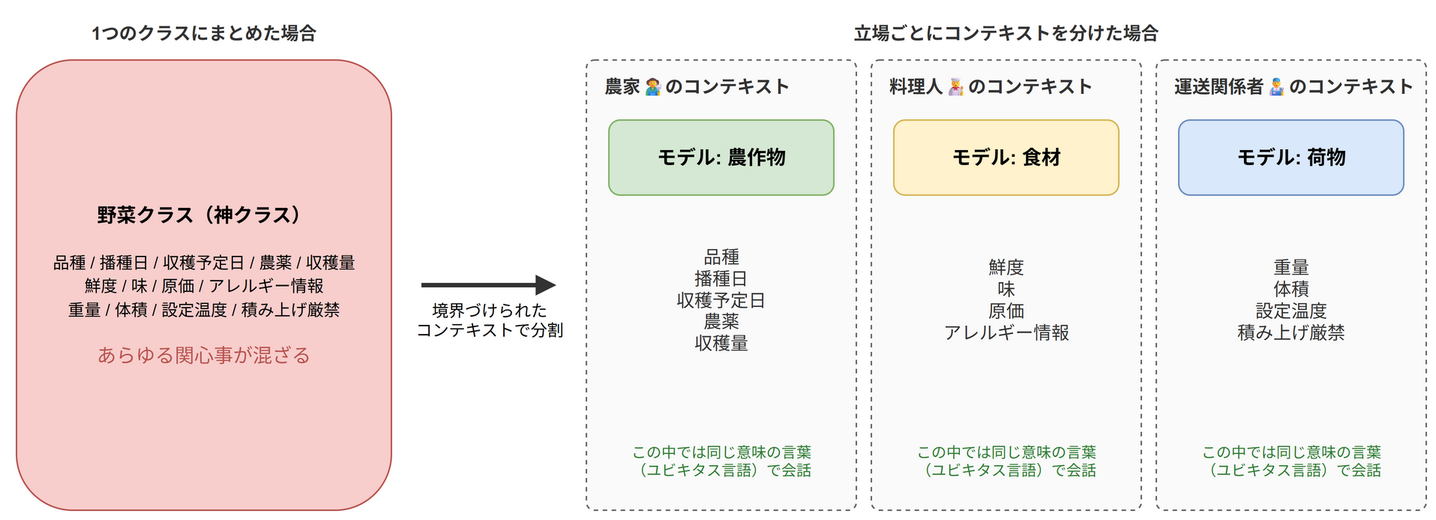
Earlier version of the draw.io export images/articles/domain-driven-design-tutorial/bounded-context.drawio.png (aew2sbee/zenn). Source tidied: cells renumbered, new cells last; positions are measured from the earlier drawing's top-left corner, leaving out a move shared by most shapes.
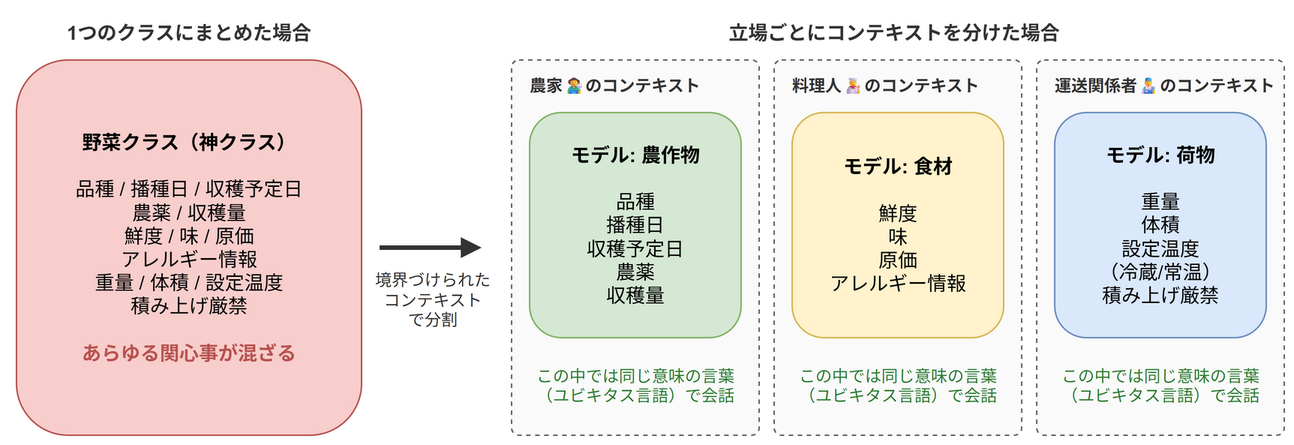
Later version of the same file.

Commit message:
docs: ドメイン駆動設計の記事の図をレビュー指摘に合わせて修正

What changed in the source:
```diff
@@ -2,56 +2,50 @@
   <root>
     <mxCell id="0" />
     <mxCell id="1" parent="0" />
-    <mxCell id="2" value="1つのクラスにまとめた場合" style="text;html=1;whiteSpace=wrap;align=center;verticalAlign=middle;fontSize=12;fontColor=#333333;fontStyle=1;" parent="1" vertex="1">
-      <mxGeometry width="250" height="24" as="geometry" />
+    <mxCell id="2" value="1つのクラスにまとめた場合" style="text;html=1;whiteSpace=wrap;align=center;verticalAlign=middle;fontSize=13;fontColor=#333333;fontStyle=1;" parent="1" vertex="1">
+      <mxGeometry width="230" height="24" as="geometry" />
     </mxCell>
-    <mxCell id="3" value="&lt;b&gt;野菜クラス（神クラス）&lt;/b&gt;&lt;br&gt;&lt;br&gt;&lt;font style=&quot;font-size:11px&quot;&gt;品種 / 播種日 / 収穫予定日 / 農薬 / 収穫量&lt;br&gt;鮮度 / 味 / 原価 / アレルギー情報&lt;br&gt;重量 / 体積 / 設定温度 / 積み上げ厳禁&lt;/font&gt;&lt;br&gt;&lt;br&gt;&lt;font color=&quot;#b85450&quot;&gt;あらゆる関心事が混ざる&lt;/font&gt;" style="rounded=1;whiteSpace=wrap;html=1;fontSize=13;fillColor=#f8cecc;strokeColor=#b85450;" parent="1" vertex="1">
-      <mxGeometry y="30" width="250" height="300" as="geometry" />
+    <mxCell id="3" value="&lt;b&gt;野菜クラス（神クラス）&lt;/b&gt;&lt;br&gt;&lt;br&gt;品種 / 播種日 / 収穫予定日&lt;br&gt;農薬 / 収穫量&lt;br&gt;鮮度 / 味 / 原価&lt;br&gt;アレルギー情報&lt;br&gt;重量 / 体積 / 設定温度&lt;br&gt;積み上げ厳禁&lt;br&gt;&lt;br&gt;&lt;font color=&quot;#b85450&quot;&gt;&lt;b&gt;あらゆる関心事が混ざる&lt;/b&gt;&lt;/font&gt;" style="rounded=1;whiteSpace=wrap;html=1;fontSize=13;fillColor=#f8cecc;strokeColor=#b85450;" parent="1" vertex="1">
+      <mxGeometry y="30" width="230" height="250" as="geometry" />
     </mxCell>
-    <mxCell id="4" value="境界づけられた&lt;br&gt;コンテキストで分割" style="html=1;endArrow=block;endFill=1;strokeColor=#333333;strokeWidth=3;fontSize=11;labelBackgroundColor=none;verticalAlign=top;verticalAlign=top;spacingTop=4;" parent="1" edge="1">
+    <mxCell id="4" style="html=1;endArrow=block;endFill=1;strokeColor=#333333;strokeWidth=3;fontSize=12;labelBackgroundColor=none;verticalAlign=bottom;" parent="1" edge="1">
       <mxGeometry relative="1" as="geometry">
-        <mxPoint x="270" y="180" as="sourcePoint" />
-        <mxPoint x="360" y="180" as="targetPoint" />
+        <mxPoint x="242" y="155" as="sourcePoint" />
+        <mxPoint x="310" y="155" as="targetPoint" />
       </mxGeometry>
     </mxCell>
-    <mxCell id="5" value="立場ごとにコンテキストを分けた場合" style="text;html=1;whiteSpace=wrap;align=center;verticalAlign=middle;fontSize=12;fontColor=#333333;fontStyle=1;" parent="1" vertex="1">
-      <mxGeometry x="380" width="560" height="24" as="geometry" />
+    <mxCell id="5" value="境界づけられた&lt;br&gt;コンテキスト&lt;br&gt;で分割" style="text;html=1;whiteSpace=wrap;align=center;verticalAlign=middle;fontSize=11;fontColor=#333333;" parent="1" vertex="1">
+      <mxGeometry x="230" y="165" width="95" height="50" as="geometry" />
     </mxCell>
-    <mxCell id="6" value="農家🧑‍🌾のコンテキスト" style="rounded=1;whiteSpace=wrap;html=1;dashed=1;fillColor=#fafafa;strokeColor=#666666;verticalAlign=top;align=left;spacingLeft=10;spacingTop=4;spacingBottom=4;fontStyle=1;fontSize=12;fontColor=#333333;arcSize=3;" parent="1" vertex="1">
-      <mxGeometry x="380" y="30" width="180" height="300" as="geometry" />
+    <mxCell id="6" value="立場ごとにコンテキストを分けた場合" style="text;html=1;whiteSpace=wrap;align=center;verticalAlign=middle;fontSize=13;fontColor=#333333;fontStyle=1;" parent="1" vertex="1">
+      <mxGeometry x="330" width="510" height="24" as="geometry" />
     </mxCell>
-    <mxCell id="7" value="モデル: 農作物" style="rounded=1;whiteSpace=wrap;html=1;fontSize=13;fillColor=#d5e8d4;strokeColor=#82b366;fontStyle=1;" parent="1" vertex="1">
-      <mxGeometry x="395" y="70" width="150" height="50" as="geometry" />
+    <mxCell id="7" value="農家🧑‍🌾のコンテキスト" style="rounded=1;whiteSpace=wrap;html=1;dashed=1;fillColor=#fafafa;strokeColor=#666666;verticalAlign=top;align=left;spacingLeft=10;spacingTop=4;spacingBottom=4;fontStyle=1;fontSize=11;fontColor=#333333;arcSize=3;" parent="1" vertex="1">
+      <mxGeometry x="330" y="30" width="165" height="250" as="geometry" />
     </mxCell>
-    <mxCell id="8" value="品種&lt;br&gt;播種日&lt;br&gt;収穫予定日&lt;br&gt;農薬&lt;br&gt;収穫量" style="text;html=1;whiteSpace=wrap;align=center;verticalAlign=middle;fontSize=12;fontColor=#333333;" parent="1" vertex="1">
-      <mxGeometry x="395" y="130" width="150" height="120" as="geometry" />
+    <mxCell id="8" value="&lt;b&gt;モデル: 農作物&lt;/b&gt;&lt;br&gt;&lt;br&gt;品種&lt;br&gt;播種日&lt;br&gt;収穫予定日&lt;br&gt;農薬&lt;br&gt;収穫量" style="rounded=1;whiteSpace=wrap;html=1;fontSize=13;fillColor=#d5e8d4;strokeColor=#82b366;" parent="1" vertex="1">
+      <mxGeometry x="342" y="65" width="141" height="150" as="geometry" />
     </mxCell>
-    <mxCell id="9" value="この中では同じ意味の言葉&lt;br&gt;（ユビキタス言語）で会話" style="text;html=1;whiteSpace=wrap;align=center;verticalAlign=middle;fontSize=10;fontColor=#2e7d32;" parent="1" vertex="1">
-      <mxGeometry x="385" y="275" width="170" height="44" as="geometry" />
+    <mxCell id="9" value="この中では同じ意味の言葉&lt;br&gt;（ユビキタス言語）で会話" style="text;html=1;whiteSpace=wrap;align=center;verticalAlign=middle;fontSize=11;fontColor=#2e7d32;" parent="1" vertex="1">
+      <mxGeometry x="334" y="222" width="157" height="50" as="geometry" />
     </mxCell>
-    <mxCell id="10" value="料理人🧑‍🍳のコンテキスト" style="rounded=1;whiteSpace=wrap;html=1;dashed=1;fillColor=#fafafa;strokeColor=#666666;verticalAlign=top;align=left;spacingLeft=10;spacingTop=4;spacingBottom=4;fontStyle=1;fontSize=12;fontColor=#333333;arcSize=3;" parent="1" vertex="1">
-      <mxGeometry x="570" y="30" width="180" height="300" as="geometry" />
+    <mxCell id="10" value="料理人🧑‍🍳のコンテキスト" style="rounded=1;whiteSpace=wrap;html=1;dashed=1;fillColor=#fafafa;strokeColor=#666666;verticalAlign=top;align=left;spacingLeft=10;spacingTop=4;spacingBottom=4;fontStyle=1;fontSize=11;fontColor=#333333;arcSize=3;" parent="1" vertex="1">
+      <mxGeometry x="505" y="30" width="165" height="250" as="geometry" />
     </mxCell>
-    <mxCell id="11" value="モデル: 食材" style="rounded=1;whiteSpace=wrap;html=1;fontSize=13;fillColor=#fff2cc;strokeColor=#d6b656;fontStyle=1;" parent="1" vertex="1">
-      <mxGeometry x="585" y="70" width="150" height="50" as="geometry" />
+    <mxCell id="11" value="&lt;b&gt;モデル: 食材&lt;/b&gt;&lt;br&gt;&lt;br&gt;鮮度&lt;br&gt;味&lt;br&gt;原価&lt;br&gt;アレルギー情報" style="rounded=1;whiteSpace=wrap;html=1;fontSize=13;fillColor=#fff2cc;strokeColor=#d6b656;" parent="1" vertex="1">
+      <mxGeometry x="517" y="65" width="141" height="150" as="geometry" />
     </mxCell>
-    <mxCell id="12" value="鮮度&lt;br&gt;味&lt;br&gt;原価&lt;br&gt;アレルギー情報" style="text;html=1;whiteSpace=wrap;align=center;verticalAlign=middle;fontSize=12;fontColor=#333333;" parent="1" vertex="1">
-      <mxGeometry x="585" y="130" width="150" height="120" as="geometry" />
+    <mxCell id="12" value="この中では同じ意味の言葉&lt;br&gt;（ユビキタス言語）で会話" style="text;html=1;whiteSpace=wrap;align=center;verticalAlign=middle;fontSize=11;fontColor=#2e7d32;" parent="1" vertex="1">
+      <mxGeometry x="509" y="222" width="157" height="50" as="geometry" />
     </mxCell>
-    <mxCell id="13" value="この中では同じ意味の言葉&lt;br&gt;（ユビキタス言語）で会話" style="text;html=1;whiteSpace=wrap;align=center;verticalAlign=middle;fontSize=10;fontColor=#2e7d32;" parent="1" vertex="1">
-      <mxGeometry x="575" y="275" width="170" height="44" as="geometry" />
+    <mxCell id="13" value="運送関係者🧑‍🔧のコンテキスト" style="rounded=1;whiteSpace=wrap;html=1;dashed=1;fillColor=#fafafa;strokeColor=#666666;verticalAlign=top;align=left;spacingLeft=10;spacingTop=4;spacingBottom=4;fontStyle=1;fontSize=11;fontColor=#333333;arcSize=3;" parent="1" vertex="1">
+      <mxGeometry x="680" y="30" width="165" height="250" as="geometry" />
     </mxCell>
-    <mxCell id="14" value="運送関係者🧑‍🔧のコンテキスト" style="rounded=1;whiteSpace=wrap;html=1;dashed=1;fillColor=#fafafa;strokeColor=#666666;verticalAlign=top;align=left;spacingLeft=10;spacingTop=4;spacingBottom=4;fontStyle=1;fontSize=12;fontColor=#333333;arcSize=3;" parent="1" vertex="1">
-      <mxGeometry x="760" y="30" width="180" height="300" as="geometry" />
+    <mxCell id="14" value="&lt;b&gt;モデル: 荷物&lt;/b&gt;&lt;br&gt;&lt;br&gt;重量&lt;br&gt;体積&lt;br&gt;設定温度&lt;br&gt;（冷蔵/常温）&lt;br&gt;積み上げ厳禁" style="rounded=1;whiteSpace=wrap;html=1;fontSize=13;fillColor=#dae8fc;strokeColor=#6c8ebf;" parent="1" vertex="1">
+      <mxGeometry x="692" y="65" width="141" height="150" as="geometry" />
     </mxCell>
-    <mxCell id="15" value="モデル: 荷物" style="rounded=1;whiteSpace=wrap;html=1;fontSize=13;fillColor=#dae8fc;strokeColor=#6c8ebf;fontStyle=1;" parent="1" vertex="1">
-      <mxGeometry x="775" y="70" width="150" height="50" as="geometry" />
+    <mxCell id="15" value="この中では同じ意味の言葉&lt;br&gt;（ユビキタス言語）で会話" style="text;html=1;whiteSpace=wrap;align=center;verticalAlign=middle;fontSize=11;fontColor=#2e7d32;" parent="1" vertex="1">
+      <mxGeometry x="684" y="222" width="157" height="50" as="geometry" />
     </mxCell>
-    <mxCell id="16" value="重量&lt;br&gt;体積&lt;br&gt;設定温度&lt;br&gt;積み上げ厳禁" style="text;html=1;whiteSpace=wrap;align=center;verticalAlign=middle;fontSize=12;fontColor=#333333;" parent="1" vertex="1">
-      <mxGeometry x="775" y="130" width="150" height="120" as="geometry" />
-    </mxCell>
-    <mxCell id="17" value="この中では同じ意味の言葉&lt;br&gt;（ユビキタス言語）で会話" style="text;html=1;whiteSpace=wrap;align=center;verticalAlign=middle;fontSize=10;fontColor=#2e7d32;" parent="1" vertex="1">
-      <mxGeometry x="765" y="275" width="170" height="44" as="geometry" />
-    </mxCell>
   </root>
 </mxGraphModel>
```
